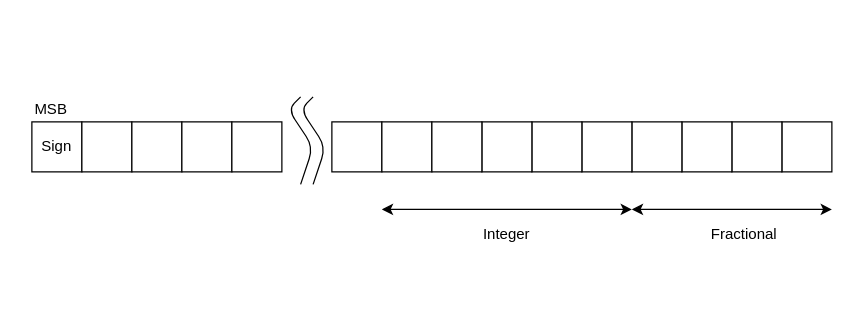
This is docs/source/mpsoc/framework/uz_fixedpoint/fixedpoint_bitfield.drawio from ultrazohm/ultrazohm_sw, a draw.io file, before an edit. Source tidied: cells renumbered, new cells numbered last; positions are measured from the earlier drawing's top-left corner, leaving out a move shared by most shapes. Both pictures are drawn from the tidied source at 125%, with x=0, y=0 at pixel (25, 96).
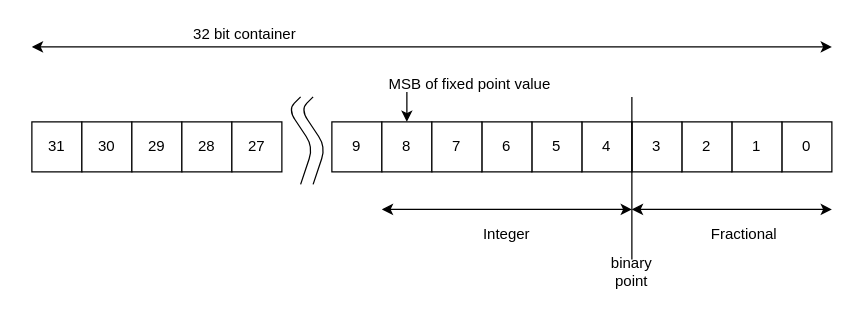
Above is the later version.

Commit message (it also covers changes not shown here):
WIP changes to fixed point lib

The edit, as a diff of the source:
```diff
@@
-    <mxCell id="2" style="rounded=0;whiteSpace=wrap;html=1;" parent="1" vertex="1">
+    <mxCell id="2" value="31" style="rounded=0;whiteSpace=wrap;html=1;" parent="1" vertex="1">
       <mxGeometry x="5" y="20" width="40" height="40" as="geometry" />
     </mxCell>
-    <mxCell id="3" style="rounded=0;whiteSpace=wrap;html=1;" parent="1" vertex="1">
+    <mxCell id="3" value="30" style="rounded=0;whiteSpace=wrap;html=1;" parent="1" vertex="1">
       <mxGeometry x="45" y="20" width="40" height="40" as="geometry" />
     </mxCell>
-    <mxCell id="4" style="rounded=0;whiteSpace=wrap;html=1;" parent="1" vertex="1">
+    <mxCell id="4" value="29" style="rounded=0;whiteSpace=wrap;html=1;" parent="1" vertex="1">
       <mxGeometry x="85" y="20" width="40" height="40" as="geometry" />
     </mxCell>
-    <mxCell id="5" style="rounded=0;whiteSpace=wrap;html=1;" parent="1" vertex="1">
+    <mxCell id="5" value="28" style="rounded=0;whiteSpace=wrap;html=1;" parent="1" vertex="1">
       <mxGeometry x="125" y="20" width="40" height="40" as="geometry" />
     </mxCell>
-    <mxCell id="6" style="rounded=0;whiteSpace=wrap;html=1;" parent="1" vertex="1">
+    <mxCell id="6" value="27" style="rounded=0;whiteSpace=wrap;html=1;" parent="1" vertex="1">
       <mxGeometry x="165" y="20" width="40" height="40" as="geometry" />
     </mxCell>
-    <mxCell id="7" style="rounded=0;whiteSpace=wrap;html=1;" parent="1" vertex="1">
+    <mxCell id="7" value="9" style="rounded=0;whiteSpace=wrap;html=1;" parent="1" vertex="1">
       <mxGeometry x="245" y="20" width="40" height="40" as="geometry" />
     </mxCell>
-    <mxCell id="8" value="MSB" style="text;html=1;align=center;verticalAlign=middle;strokeColor=none;fillColor=none;" parent="1" vertex="1">
-      <mxGeometry width="40" height="20" as="geometry" />
+    <mxCell id="8" value="MSB of fixed point value" style="text;html=1;align=center;verticalAlign=middle;strokeColor=none;fillColor=none;" parent="1" vertex="1">
+      <mxGeometry x="285" y="-20" width="140" height="20" as="geometry" />
     </mxCell>
-    <mxCell id="9" style="rounded=0;whiteSpace=wrap;html=1;" parent="1" vertex="1">
+    <mxCell id="9" value="8" style="rounded=0;whiteSpace=wrap;html=1;" parent="1" vertex="1">
       <mxGeometry x="285" y="20" width="40" height="40" as="geometry" />
     </mxCell>
-    <mxCell id="10" style="rounded=0;whiteSpace=wrap;html=1;" parent="1" vertex="1">
+    <mxCell id="10" value="0" style="rounded=0;whiteSpace=wrap;html=1;" parent="1" vertex="1">
       <mxGeometry x="605" y="20" width="40" height="40" as="geometry" />
     </mxCell>
-    <mxCell id="11" style="rounded=0;whiteSpace=wrap;html=1;" parent="1" vertex="1">
+    <mxCell id="11" value="1" style="rounded=0;whiteSpace=wrap;html=1;" parent="1" vertex="1">
       <mxGeometry x="565" y="20" width="40" height="40" as="geometry" />
     </mxCell>
-    <mxCell id="12" style="rounded=0;whiteSpace=wrap;html=1;" parent="1" vertex="1">
+    <mxCell id="12" value="2" style="rounded=0;whiteSpace=wrap;html=1;" parent="1" vertex="1">
       <mxGeometry x="525" y="20" width="40" height="40" as="geometry" />
     </mxCell>
-    <mxCell id="13" style="rounded=0;whiteSpace=wrap;html=1;" parent="1" vertex="1">
+    <mxCell id="13" value="3" style="rounded=0;whiteSpace=wrap;html=1;" parent="1" vertex="1">
       <mxGeometry x="485" y="20" width="40" height="40" as="geometry" />
     </mxCell>
-    <mxCell id="14" style="rounded=0;whiteSpace=wrap;html=1;" parent="1" vertex="1">
+    <mxCell id="14" value="4" style="rounded=0;whiteSpace=wrap;html=1;" parent="1" vertex="1">
       <mxGeometry x="445" y="20" width="40" height="40" as="geometry" />
     </mxCell>
-    <mxCell id="15" style="rounded=0;whiteSpace=wrap;html=1;" parent="1" vertex="1">
+    <mxCell id="15" value="5" style="rounded=0;whiteSpace=wrap;html=1;" parent="1" vertex="1">
       <mxGeometry x="405" y="20" width="40" height="40" as="geometry" />
     </mxCell>
-    <mxCell id="16" style="rounded=0;whiteSpace=wrap;html=1;" parent="1" vertex="1">
+    <mxCell id="16" value="6" style="rounded=0;whiteSpace=wrap;html=1;" parent="1" vertex="1">
       <mxGeometry x="365" y="20" width="40" height="40" as="geometry" />
     </mxCell>
-    <mxCell id="17" style="rounded=0;whiteSpace=wrap;html=1;" parent="1" vertex="1">
+    <mxCell id="17" value="7" style="rounded=0;whiteSpace=wrap;html=1;" parent="1" vertex="1">
       <mxGeometry x="325" y="20" width="40" height="40" as="geometry" />
     </mxCell>
@@
-    <mxCell id="20" value="Sign" style="text;html=1;strokeColor=none;fillColor=none;align=center;verticalAlign=middle;whiteSpace=wrap;rounded=0;" parent="1" vertex="1">
-      <mxGeometry x="5" y="30" width="40" height="20" as="geometry" />
-    </mxCell>
@@
+    <mxCell id="25" value="binary point" style="text;html=1;strokeColor=none;fillColor=none;align=center;verticalAlign=middle;whiteSpace=wrap;rounded=0;" parent="1" vertex="1">
+      <mxGeometry x="465" y="130" width="40" height="20" as="geometry" />
+    </mxCell>
+    <mxCell id="26" style="endArrow=classic;startArrow=classic;html=1;" parent="1" edge="1">
+      <mxGeometry relative="1" as="geometry">
+        <mxPoint x="5" y="-40" as="sourcePoint" />
+        <mxPoint x="645" y="-40" as="targetPoint" />
+      </mxGeometry>
+    </mxCell>
+    <mxCell id="27" value="32 bit container" style="text;html=1;align=center;verticalAlign=middle;strokeColor=none;fillColor=none;" parent="1" vertex="1">
+      <mxGeometry x="125" y="-60" width="100" height="20" as="geometry" />
+    </mxCell>
+    <mxCell id="28" style="endArrow=none;html=1;rounded=0;entryX=0.5;entryY=0;entryDx=0;entryDy=0;" parent="1" edge="1" target="25">
+      <mxGeometry relative="1" as="geometry">
+        <mxPoint x="485" as="sourcePoint" />
+      </mxGeometry>
+    </mxCell>
+    <mxCell id="29" style="endArrow=classic;html=1;rounded=0;entryX=0.5;entryY=0;entryDx=0;entryDy=0;" parent="1" edge="1" target="9">
+      <mxGeometry relative="1" as="geometry">
+        <mxPoint x="305" y="-4" as="sourcePoint" />
+      </mxGeometry>
+    </mxCell>
```
